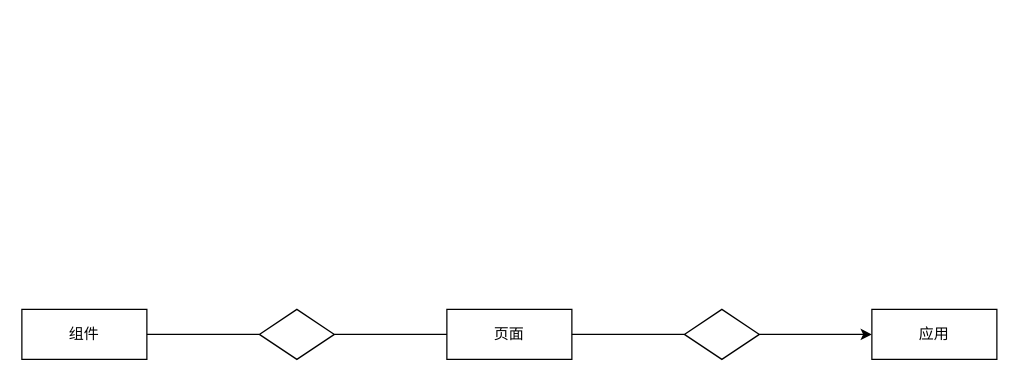
mzzzzzzc/SpringcloudConfig keeps this draw.io diagram as Untitled Diagram.drawio. Above is the earlier version. Source tidied: cells renumbered, new cells numbered last; positions are measured from the earlier drawing's top-left corner, leaving out a move shared by most shapes. Both pictures are drawn from the tidied source at 125%, with x=0, y=0 at pixel (21, 309).
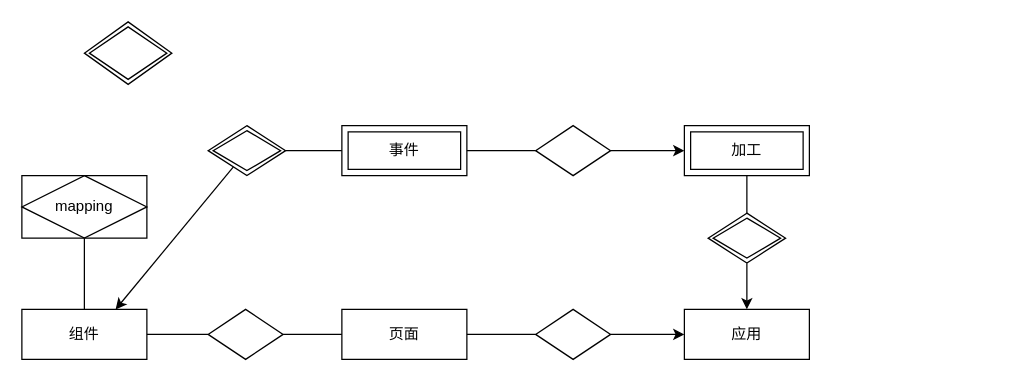
The same page after the edit.

The change refers to these unchanged cells:
```xml
<mxCell id="2" value="组件" style="whiteSpace=wrap;html=1;align=center;" parent="1" vertex="1">
  <mxGeometry width="100" height="40" as="geometry" />
</mxCell>
```

Change to the diagram source:
```diff
@@
     <mxCell id="3" style="shape=rhombus;perimeter=rhombusPerimeter;whiteSpace=wrap;html=1;align=center;" parent="1" vertex="1">
-      <mxGeometry x="190" width="60" height="40" as="geometry" />
+      <mxGeometry x="149" width="60" height="40" as="geometry" />
     </mxCell>
-    <mxCell id="4" style="endArrow=none;html=1;rounded=0;exitX=1;exitY=0.5;exitDx=0;exitDy=0;" parent="1" edge="1" source="2">
-      <mxGeometry relative="1" as="geometry">
-        <mxPoint x="190" y="20" as="targetPoint" />
-      </mxGeometry>
+    <mxCell id="4" style="endArrow=none;html=1;rounded=0;exitX=1;exitY=0.5;exitDx=0;exitDy=0;entryX=0;entryY=0.5;entryDx=0;entryDy=0;" parent="1" edge="1" source="2" target="3">
+      <mxGeometry relative="1" as="geometry" />
     </mxCell>
     <mxCell id="5" value="页面" style="whiteSpace=wrap;html=1;align=center;" parent="1" vertex="1">
-      <mxGeometry x="340" width="100" height="40" as="geometry" />
+      <mxGeometry x="256" width="100" height="40" as="geometry" />
     </mxCell>
@@
     <mxCell id="7" style="shape=rhombus;perimeter=rhombusPerimeter;whiteSpace=wrap;html=1;align=center;" parent="1" vertex="1">
-      <mxGeometry x="530" width="60" height="40" as="geometry" />
+      <mxGeometry x="411" width="60" height="40" as="geometry" />
     </mxCell>
     <mxCell id="8" value="应用" style="whiteSpace=wrap;html=1;align=center;" parent="1" vertex="1">
-      <mxGeometry x="680" width="100" height="40" as="geometry" />
+      <mxGeometry x="530" width="100" height="40" as="geometry" />
     </mxCell>
@@
+    <mxCell id="11" value="mapping" style="shape=associativeEntity;whiteSpace=wrap;html=1;align=center;" parent="1" vertex="1">
+      <mxGeometry y="-107" width="100" height="50" as="geometry" />
+    </mxCell>
+    <mxCell id="12" style="shape=rhombus;double=1;perimeter=rhombusPerimeter;whiteSpace=wrap;html=1;align=center;" parent="1" vertex="1">
+      <mxGeometry x="50" y="-230" width="70" height="50" as="geometry" />
+    </mxCell>
+    <mxCell id="13" style="endArrow=none;html=1;rounded=0;exitX=0.5;exitY=0;exitDx=0;exitDy=0;entryX=0.5;entryY=1;entryDx=0;entryDy=0;" parent="1" edge="1" source="2" target="11">
+      <mxGeometry relative="1" as="geometry" />
+    </mxCell>
+    <mxCell id="14" value="事件" style="shape=ext;margin=3;double=1;whiteSpace=wrap;html=1;align=center;" parent="1" vertex="1">
+      <mxGeometry x="256" y="-147" width="100" height="40" as="geometry" />
+    </mxCell>
+    <mxCell id="15" style="rounded=0;jettySize=auto;html=1;entryX=0.75;entryY=0;entryDx=0;entryDy=0;" parent="1" edge="1" source="16" target="2">
+      <mxGeometry relative="1" as="geometry" />
+    </mxCell>
+    <mxCell id="16" style="shape=rhombus;double=1;perimeter=rhombusPerimeter;whiteSpace=wrap;html=1;align=center;" parent="1" vertex="1">
+      <mxGeometry x="149" y="-147" width="62" height="40" as="geometry" />
+    </mxCell>
+    <mxCell id="17" style="endArrow=none;html=1;rounded=0;exitX=1;exitY=0.5;exitDx=0;exitDy=0;entryX=0;entryY=0.5;entryDx=0;entryDy=0;" parent="1" edge="1" source="16" target="14">
+      <mxGeometry relative="1" as="geometry" />
+    </mxCell>
+    <mxCell id="18" value="加工" style="shape=ext;margin=3;double=1;whiteSpace=wrap;html=1;align=center;" parent="1" vertex="1">
+      <mxGeometry x="530" y="-147" width="100" height="40" as="geometry" />
+    </mxCell>
+    <mxCell id="19" style="edgeStyle=none;rounded=0;jettySize=auto;html=1;" parent="1" edge="1" source="20" target="18">
+      <mxGeometry relative="1" as="geometry" />
+    </mxCell>
+    <mxCell id="20" style="shape=rhombus;perimeter=rhombusPerimeter;whiteSpace=wrap;html=1;align=center;" parent="1" vertex="1">
+      <mxGeometry x="411" y="-147" width="60" height="40" as="geometry" />
+    </mxCell>
+    <mxCell id="21" style="endArrow=none;html=1;rounded=0;exitX=1;exitY=0.5;exitDx=0;exitDy=0;entryX=0;entryY=0.5;entryDx=0;entryDy=0;" parent="1" edge="1" source="14" target="20">
+      <mxGeometry relative="1" as="geometry" />
+    </mxCell>
+    <mxCell id="22" style="endArrow=none;html=1;rounded=0;exitX=0.5;exitY=1;exitDx=0;exitDy=0;entryX=0.5;entryY=0;entryDx=0;entryDy=0;" parent="1" edge="1" source="18">
+      <mxGeometry relative="1" as="geometry">
+        <mxPoint x="580" y="-77" as="targetPoint" />
+      </mxGeometry>
+    </mxCell>
+    <mxCell id="23" style="edgeStyle=none;rounded=0;jettySize=auto;html=1;exitX=0.5;exitY=1;exitDx=0;exitDy=0;entryX=0.5;entryY=0;entryDx=0;entryDy=0;" parent="1" edge="1" target="8">
+      <mxGeometry relative="1" as="geometry">
+        <mxPoint x="580" y="-37" as="sourcePoint" />
+      </mxGeometry>
+    </mxCell>
+    <mxCell id="24" style="shape=rhombus;double=1;perimeter=rhombusPerimeter;whiteSpace=wrap;html=1;align=center;" parent="1" vertex="1">
+      <mxGeometry x="549" y="-77" width="62" height="40" as="geometry" />
+    </mxCell>
```
